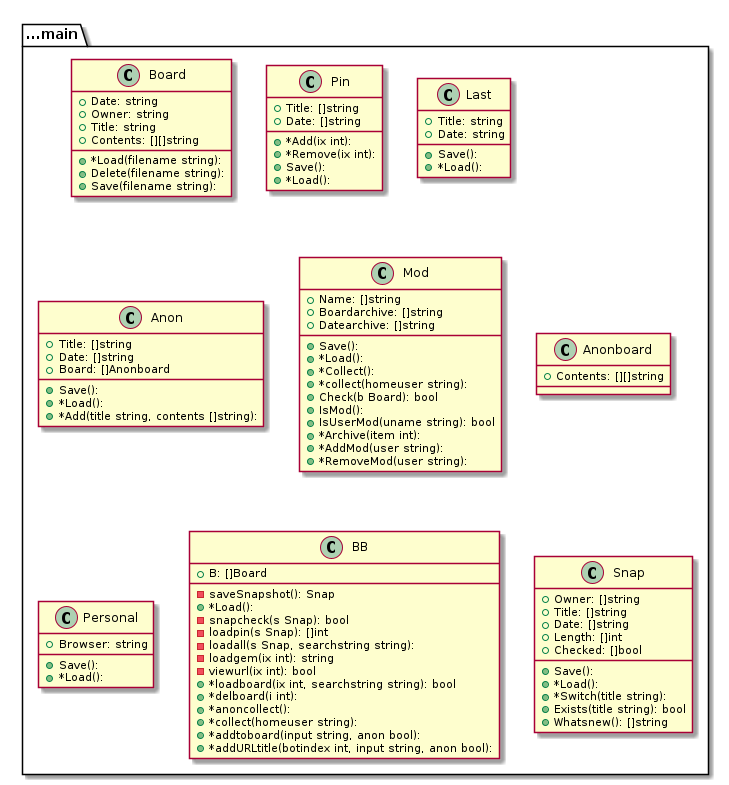
Before: graph.png, a diagram exported from PlantUML (tbal999/bb).
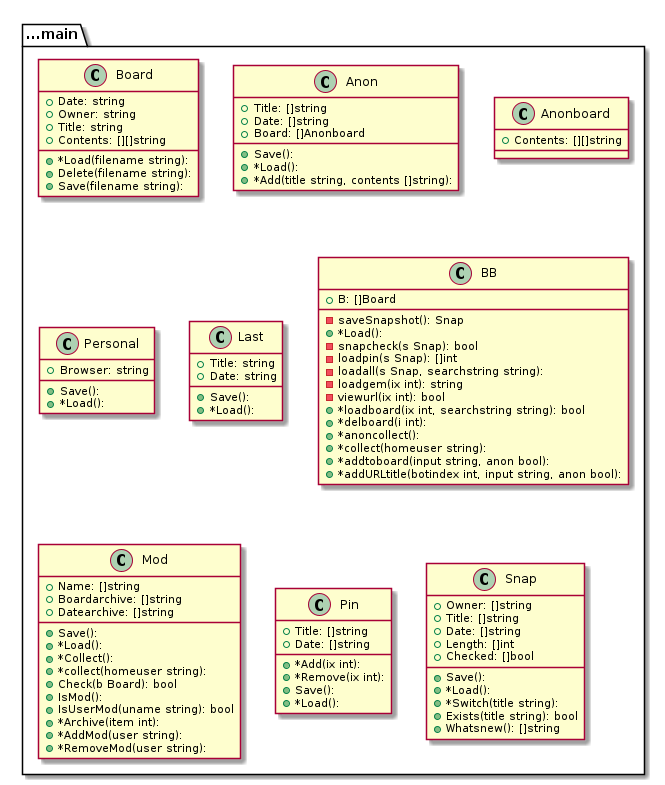
After the commit.

The edit, as a diff of the source:
```diff
@@ -11,24 +11,6 @@
 }
 }
 package ...main{
-class Pin {
-+Title: []string
-+Date: []string
-+*Add(ix int):
-+*Remove(ix int):
-+Save():
-+*Load():
-}
-}
-package ...main{
-class Last {
-+Title: string
-+Date: string
-+Save():
-+*Load():
-}
-}
-package ...main{
 class Anon {
 +Title: []string
 +Date: []string
@@ -36,23 +18,6 @@
 +Save():
 +*Load():
 +*Add(title string, contents []string):
-}
-}
-package ...main{
-class Mod {
-+Name: []string
-+Boardarchive: []string
-+Datearchive: []string
-+Save():
-+*Load():
-+*Collect():
-+*collect(homeuser string):
-+Check(b Board): bool
-+IsMod():
-+IsUserMod(uname string): bool
-+*Archive(item int):
-+*AddMod(user string):
-+*RemoveMod(user string):
 }
 }
 package ...main{
@@ -64,6 +29,14 @@
 package ...main{
 class Personal {
 +Browser: string
++Save():
++*Load():
+}
+}
+package ...main{
+class Last {
++Title: string
++Date: string
 +Save():
 +*Load():
 }
@@ -87,6 +60,33 @@
 }
 }
 package ...main{
+class Mod {
++Name: []string
++Boardarchive: []string
++Datearchive: []string
++Save():
++*Load():
++*Collect():
++*collect(homeuser string):
++Check(b Board): bool
++IsMod():
++IsUserMod(uname string): bool
++*Archive(item int):
++*AddMod(user string):
++*RemoveMod(user string):
+}
+}
+package ...main{
+class Pin {
++Title: []string
++Date: []string
++*Add(ix int):
++*Remove(ix int):
++Save():
++*Load():
+}
+}
+package ...main{
 class Snap {
 +Owner: []string
 +Title: []string
```
